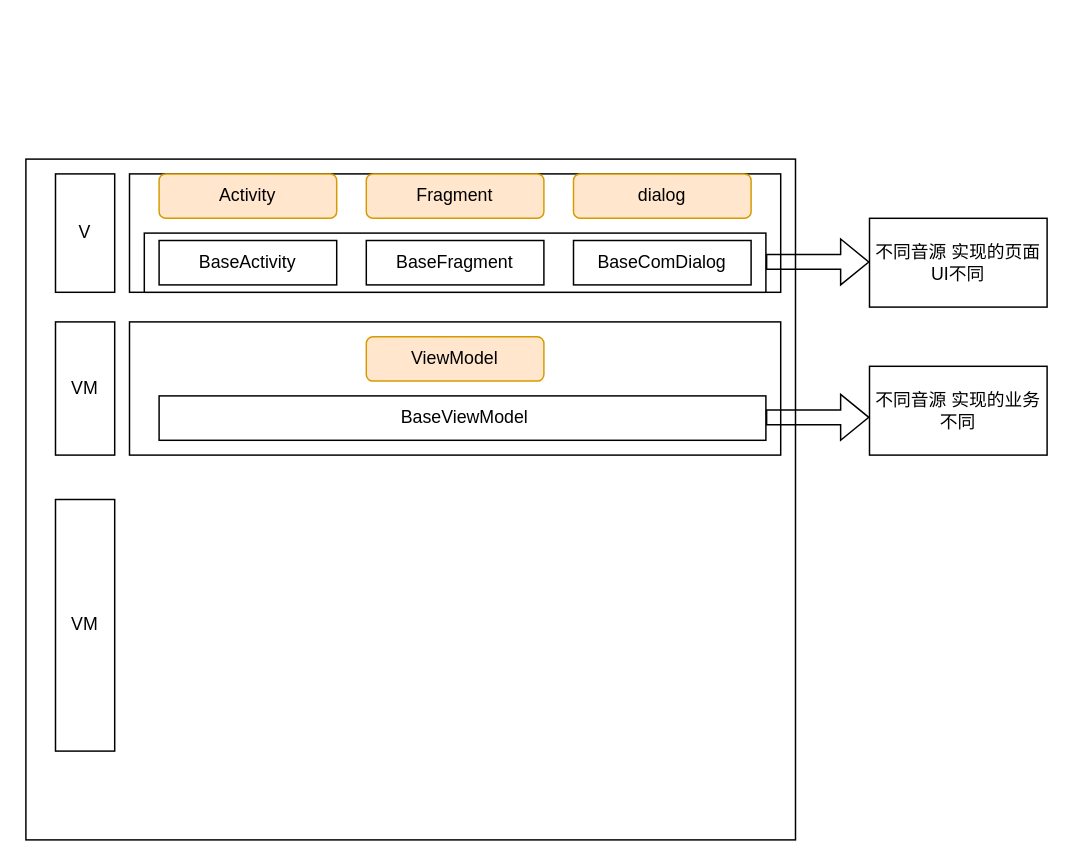
The draw.io diagram page "第 1 页" (1 of 2) of 未命名绘图.drawio in NewPlayerAndroid/Latest-Interview, before the edit. Source tidied: cells renumbered, new cells numbered last; positions are measured from the earlier drawing's top-left corner, leaving out a move shared by most shapes. Both pictures are drawn from the tidied source at 148%, with x=0, y=0 at pixel (25, 158).
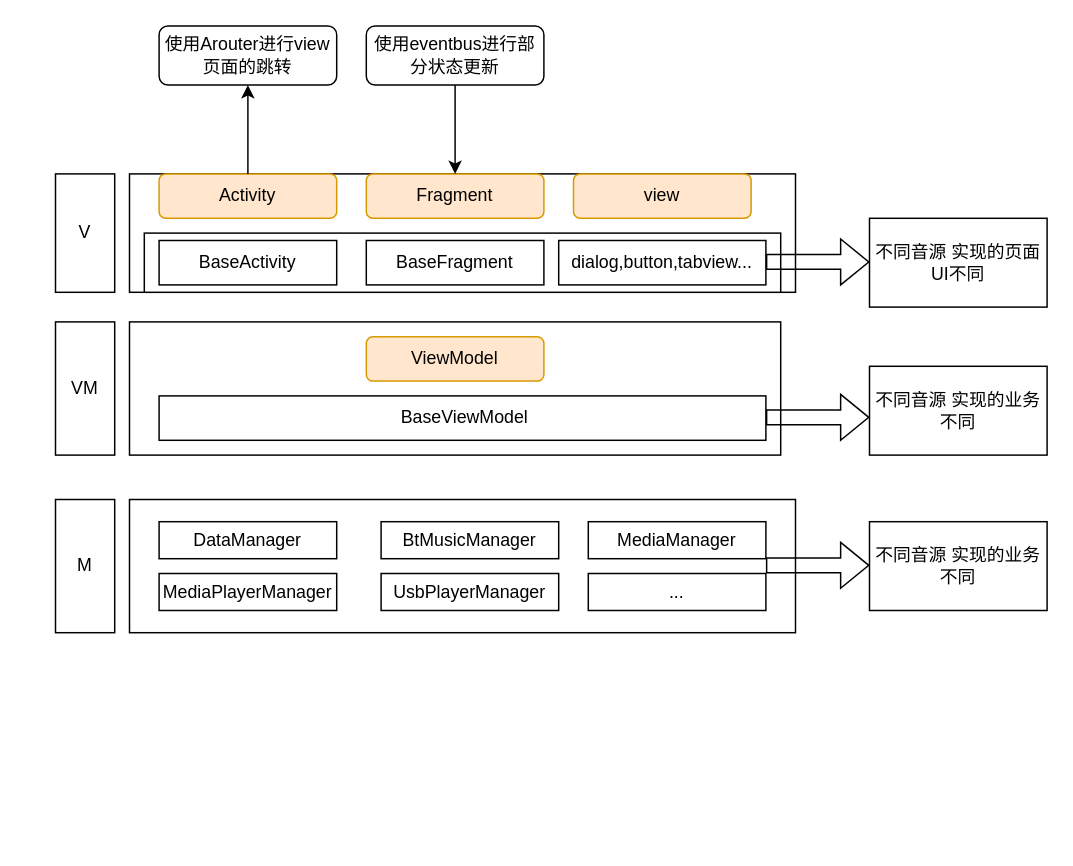
After the change.

Commit message (it also covers changes not shown here):
更新未命名绘图.drawio

The change refers to these unchanged cells:
```xml
<mxCell id="6" value="Activity" style="rounded=1;whiteSpace=wrap;html=1;fillColor=#ffe6cc;strokeColor=#d79b00;" parent="1" vertex="1">
  <mxGeometry x="90" y="10" width="120" height="30" as="geometry" />
</mxCell>
<mxCell id="7" value="Fragment" style="rounded=1;whiteSpace=wrap;html=1;fillColor=#ffe6cc;strokeColor=#d79b00;" parent="1" vertex="1">
  <mxGeometry x="230" y="10" width="120" height="30" as="geometry" />
</mxCell>
```

The edit, as a diff of the source:
```diff
@@
-    <mxCell id="2" style="rounded=0;whiteSpace=wrap;html=1;" parent="1" vertex="1">
-      <mxGeometry width="520" height="460" as="geometry" />
+    <mxCell id="2" style="rounded=0;whiteSpace=wrap;html=1;strokeColor=none;" parent="1" vertex="1">
+      <mxGeometry width="520" height="330" as="geometry" />
     </mxCell>
@@
     <mxCell id="5" style="rounded=0;whiteSpace=wrap;html=1;" parent="1" vertex="1">
-      <mxGeometry x="70" y="10" width="440" height="80" as="geometry" />
+      <mxGeometry x="70" y="10" width="450" height="80" as="geometry" />
     </mxCell>
@@
-    <mxCell id="8" value="dialog" style="rounded=1;whiteSpace=wrap;html=1;fillColor=#ffe6cc;strokeColor=#d79b00;" parent="1" vertex="1">
+    <mxCell id="8" value="view" style="rounded=1;whiteSpace=wrap;html=1;fillColor=#ffe6cc;strokeColor=#d79b00;" parent="1" vertex="1">
       <mxGeometry x="370" y="10" width="120" height="30" as="geometry" />
     </mxCell>
     <mxCell id="9" style="rounded=0;whiteSpace=wrap;html=1;" parent="1" vertex="1">
-      <mxGeometry x="80" y="50" width="420" height="40" as="geometry" />
+      <mxGeometry x="80" y="50" width="430" height="40" as="geometry" />
     </mxCell>
@@
-    <mxCell id="12" value="BaseComDialog" style="rounded=0;whiteSpace=wrap;html=1;" parent="1" vertex="1">
-      <mxGeometry x="370" y="55" width="120" height="30" as="geometry" />
+    <mxCell id="12" value="dialog,button,tabview..." style="rounded=0;whiteSpace=wrap;html=1;" parent="1" vertex="1">
+      <mxGeometry x="360" y="55" width="140" height="30" as="geometry" />
     </mxCell>
@@
-    <mxCell id="21" value="VM" style="rounded=0;whiteSpace=wrap;html=1;" parent="1" vertex="1">
-      <mxGeometry x="20" y="230" width="40" height="170" as="geometry" />
+    <mxCell id="21" value="M" style="rounded=0;whiteSpace=wrap;html=1;" parent="1" vertex="1">
+      <mxGeometry x="20" y="230" width="40" height="90" as="geometry" />
     </mxCell>
+    <mxCell id="22" style="rounded=0;whiteSpace=wrap;html=1;" parent="1" vertex="1">
+      <mxGeometry x="70" y="230" width="450" height="90" as="geometry" />
+    </mxCell>
+    <mxCell id="23" value="DataManager" style="rounded=0;whiteSpace=wrap;html=1;" parent="1" vertex="1">
+      <mxGeometry x="90" y="245" width="120" height="25" as="geometry" />
+    </mxCell>
+    <mxCell id="24" value="BtMusicManager" style="rounded=0;whiteSpace=wrap;html=1;" parent="1" vertex="1">
+      <mxGeometry x="240" y="245" width="120" height="25" as="geometry" />
+    </mxCell>
+    <mxCell id="25" value="MediaManager" style="rounded=0;whiteSpace=wrap;html=1;" parent="1" vertex="1">
+      <mxGeometry x="380" y="245" width="120" height="25" as="geometry" />
+    </mxCell>
+    <mxCell id="26" value="MediaPlayerManager" style="rounded=0;whiteSpace=wrap;html=1;" parent="1" vertex="1">
+      <mxGeometry x="90" y="280" width="120" height="25" as="geometry" />
+    </mxCell>
+    <mxCell id="27" value="UsbPlayerManager" style="rounded=0;whiteSpace=wrap;html=1;" parent="1" vertex="1">
+      <mxGeometry x="240" y="280" width="120" height="25" as="geometry" />
+    </mxCell>
+    <mxCell id="28" value="..." style="rounded=0;whiteSpace=wrap;html=1;" parent="1" vertex="1">
+      <mxGeometry x="380" y="280" width="120" height="25" as="geometry" />
+    </mxCell>
+    <mxCell id="29" style="shape=flexArrow;endArrow=classic;html=1;rounded=0;" parent="1" edge="1">
+      <mxGeometry relative="1" as="geometry">
+        <mxPoint x="500" y="274.5" as="sourcePoint" />
+        <mxPoint x="570" y="274.5" as="targetPoint" />
+      </mxGeometry>
+    </mxCell>
+    <mxCell id="30" value="不同音源 实现的业务不同" style="rounded=0;whiteSpace=wrap;html=1;" parent="1" vertex="1">
+      <mxGeometry x="570" y="245" width="120" height="60" as="geometry" />
+    </mxCell>
+    <mxCell id="31" value="使用Arouter进行view页面的跳转" style="rounded=1;whiteSpace=wrap;html=1;" parent="1" vertex="1">
+      <mxGeometry x="90" y="-90" width="120" height="40" as="geometry" />
+    </mxCell>
+    <mxCell id="32" style="endArrow=classic;html=1;rounded=0;" parent="1" edge="1" source="6">
+      <mxGeometry relative="1" as="geometry">
+        <mxPoint x="150" y="-50" as="targetPoint" />
+      </mxGeometry>
+    </mxCell>
+    <mxCell id="33" style="edgeStyle=orthogonalEdgeStyle;rounded=0;jettySize=auto;html=1;" parent="1" edge="1" source="34" target="7">
+      <mxGeometry relative="1" as="geometry" />
+    </mxCell>
+    <mxCell id="34" value="使用eventbus进行部分状态更新" style="rounded=1;whiteSpace=wrap;html=1;" parent="1" vertex="1">
+      <mxGeometry x="230" y="-90" width="120" height="40" as="geometry" />
+    </mxCell>
```
